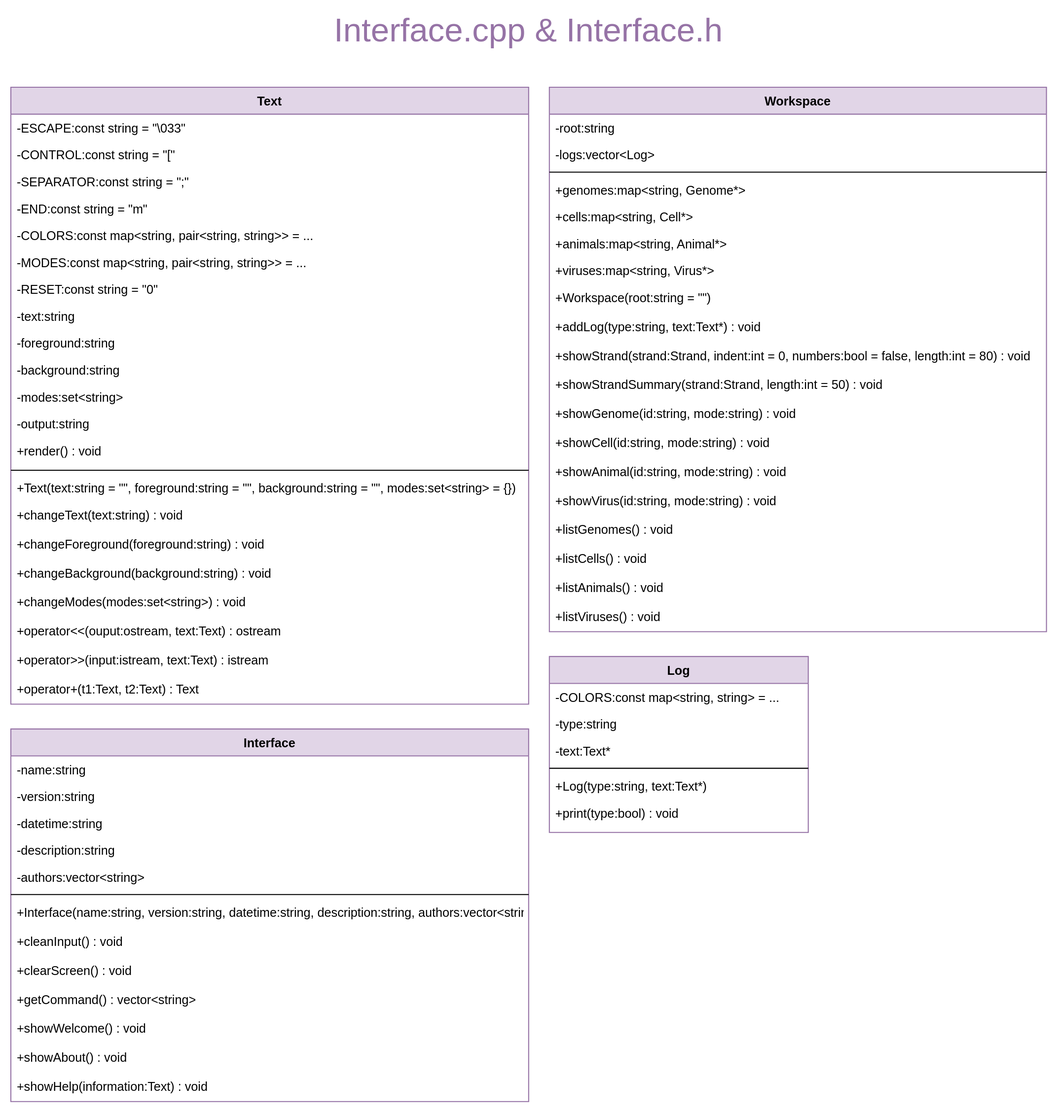
k-forghani/class-of-life keeps this draw.io diagram as schema/classes/Interface.drawio.svg. Above is the earlier version. Source tidied: cells renumbered, new cells last; positions are measured from the earlier drawing's top-left corner, leaving out a move shared by most shapes.
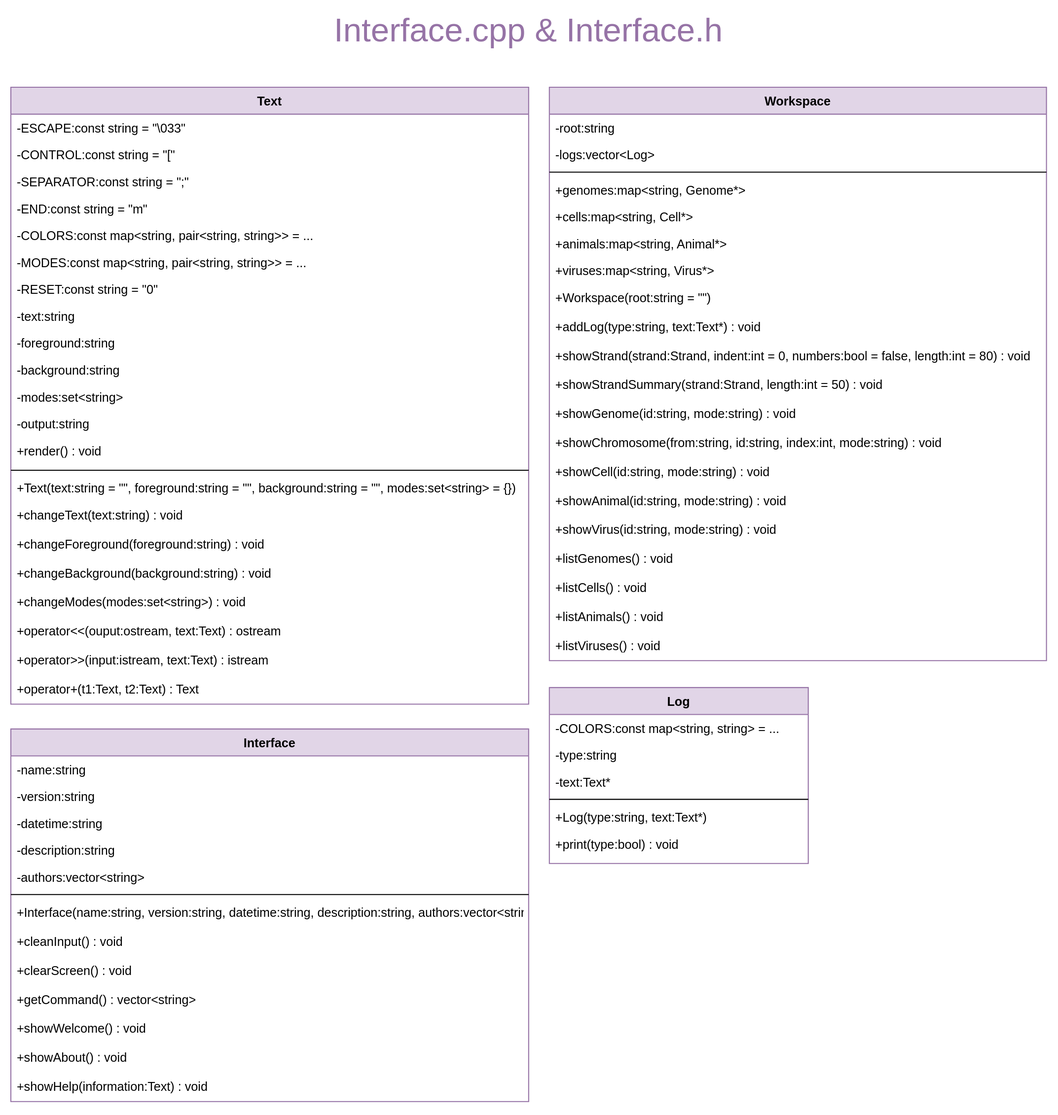
After the change.

What changed in the source:
```diff
@@ -75,7 +75,7 @@
       <mxGeometry y="568" width="500" height="28" as="geometry" />
     </mxCell>
     <mxCell id="26" value="Log" style="swimlane;fontStyle=1;align=center;verticalAlign=top;horizontal=1;startSize=26;rounded=0;shadow=0;strokeWidth=1;fillColor=#e1d5e7;strokeColor=#9673a6;swimlaneFillColor=default;" parent="1" vertex="1">
-      <mxGeometry x="520" y="620" width="250" height="170" as="geometry" />
+      <mxGeometry x="520" y="650" width="250" height="170" as="geometry" />
     </mxCell>
     <mxCell id="27" value="-COLORS:const map&lt;string, string&gt; = ..." style="text;align=left;verticalAlign=top;spacingLeft=4;spacingRight=4;overflow=hidden;" parent="26" vertex="1">
       <mxGeometry y="26" width="250" height="26" as="geometry" />
@@ -96,7 +96,7 @@
       <mxGeometry y="138" width="250" height="28" as="geometry" />
     </mxCell>
     <mxCell id="33" value="Workspace" style="swimlane;fontStyle=1;align=center;verticalAlign=top;horizontal=1;startSize=26;rounded=0;shadow=0;strokeWidth=1;fillColor=#e1d5e7;strokeColor=#9673a6;swimlaneFillColor=default;" parent="1" vertex="1">
-      <mxGeometry x="520" y="70" width="480" height="526" as="geometry" />
+      <mxGeometry x="520" y="70" width="480" height="554" as="geometry" />
     </mxCell>
     <mxCell id="34" value="-root:string" style="text;align=left;verticalAlign=top;spacingLeft=4;spacingRight=4;overflow=hidden;" parent="33" vertex="1">
       <mxGeometry y="26" width="480" height="26" as="geometry" />
@@ -134,26 +134,29 @@
     <mxCell id="45" value="+showGenome(id:string, mode:string) : void" style="text;align=left;verticalAlign=top;spacingLeft=4;spacingRight=4;overflow=hidden;" parent="33" vertex="1">
       <mxGeometry y="302" width="480" height="28" as="geometry" />
     </mxCell>
+    <mxCell id="67" value="+showChromosome(from:string, id:string, index:int, mode:string) : void" style="text;align=left;verticalAlign=top;spacingLeft=4;spacingRight=4;overflow=hidden;" parent="33" vertex="1">
+      <mxGeometry y="330" width="480" height="28" as="geometry" />
+    </mxCell>
     <mxCell id="46" value="+showCell(id:string, mode:string) : void" style="text;align=left;verticalAlign=top;spacingLeft=4;spacingRight=4;overflow=hidden;" parent="33" vertex="1">
-      <mxGeometry y="330" width="480" height="28" as="geometry" />
+      <mxGeometry y="358" width="480" height="28" as="geometry" />
     </mxCell>
     <mxCell id="47" value="+showAnimal(id:string, mode:string) : void" style="text;align=left;verticalAlign=top;spacingLeft=4;spacingRight=4;overflow=hidden;" parent="33" vertex="1">
-      <mxGeometry y="358" width="480" height="28" as="geometry" />
+      <mxGeometry y="386" width="480" height="28" as="geometry" />
     </mxCell>
     <mxCell id="48" value="+showVirus(id:string, mode:string) : void" style="text;align=left;verticalAlign=top;spacingLeft=4;spacingRight=4;overflow=hidden;" parent="33" vertex="1">
-      <mxGeometry y="386" width="480" height="28" as="geometry" />
+      <mxGeometry y="414" width="480" height="28" as="geometry" />
     </mxCell>
     <mxCell id="49" value="+listGenomes() : void" style="text;align=left;verticalAlign=top;spacingLeft=4;spacingRight=4;overflow=hidden;" parent="33" vertex="1">
-      <mxGeometry y="414" width="480" height="28" as="geometry" />
+      <mxGeometry y="442" width="480" height="28" as="geometry" />
     </mxCell>
     <mxCell id="50" value="+listCells() : void" style="text;align=left;verticalAlign=top;spacingLeft=4;spacingRight=4;overflow=hidden;" parent="33" vertex="1">
-      <mxGeometry y="442" width="480" height="28" as="geometry" />
+      <mxGeometry y="470" width="480" height="28" as="geometry" />
     </mxCell>
     <mxCell id="51" value="+listAnimals() : void" style="text;align=left;verticalAlign=top;spacingLeft=4;spacingRight=4;overflow=hidden;" parent="33" vertex="1">
-      <mxGeometry y="470" width="480" height="28" as="geometry" />
+      <mxGeometry y="498" width="480" height="28" as="geometry" />
     </mxCell>
     <mxCell id="52" value="+listViruses() : void" style="text;align=left;verticalAlign=top;spacingLeft=4;spacingRight=4;overflow=hidden;" parent="33" vertex="1">
-      <mxGeometry y="498" width="480" height="28" as="geometry" />
+      <mxGeometry y="526" width="480" height="28" as="geometry" />
     </mxCell>
     <mxCell id="53" value="Interface" style="swimlane;fontStyle=1;align=center;verticalAlign=top;horizontal=1;startSize=26;rounded=0;shadow=0;strokeWidth=1;fillColor=#e1d5e7;strokeColor=#9673a6;swimlaneFillColor=default;" parent="1" vertex="1">
       <mxGeometry y="690" width="500" height="360" as="geometry" />
```
